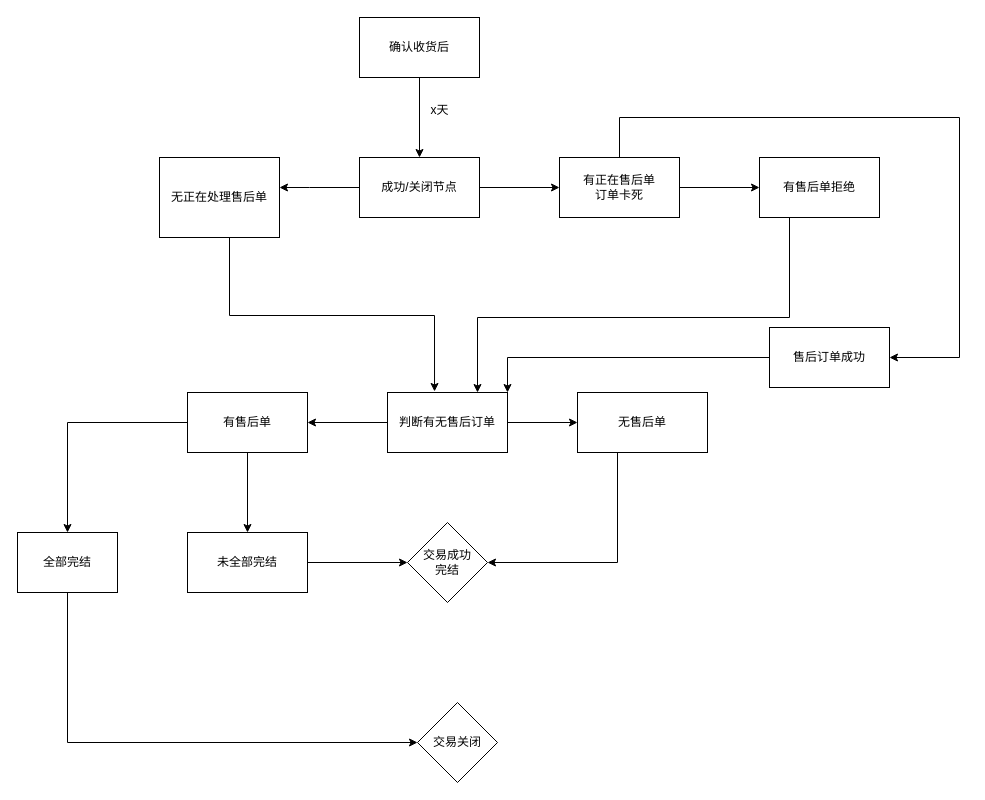
Before: 未命名绘图.drawio in yuanxuguang/blog, a draw.io diagram. Source tidied: cells renumbered, new cells numbered last; positions are measured from the earlier drawing's top-left corner, leaving out a move shared by most shapes. Both pictures are drawn from the tidied source at 100%, with x=0, y=0 at pixel (17, 17).
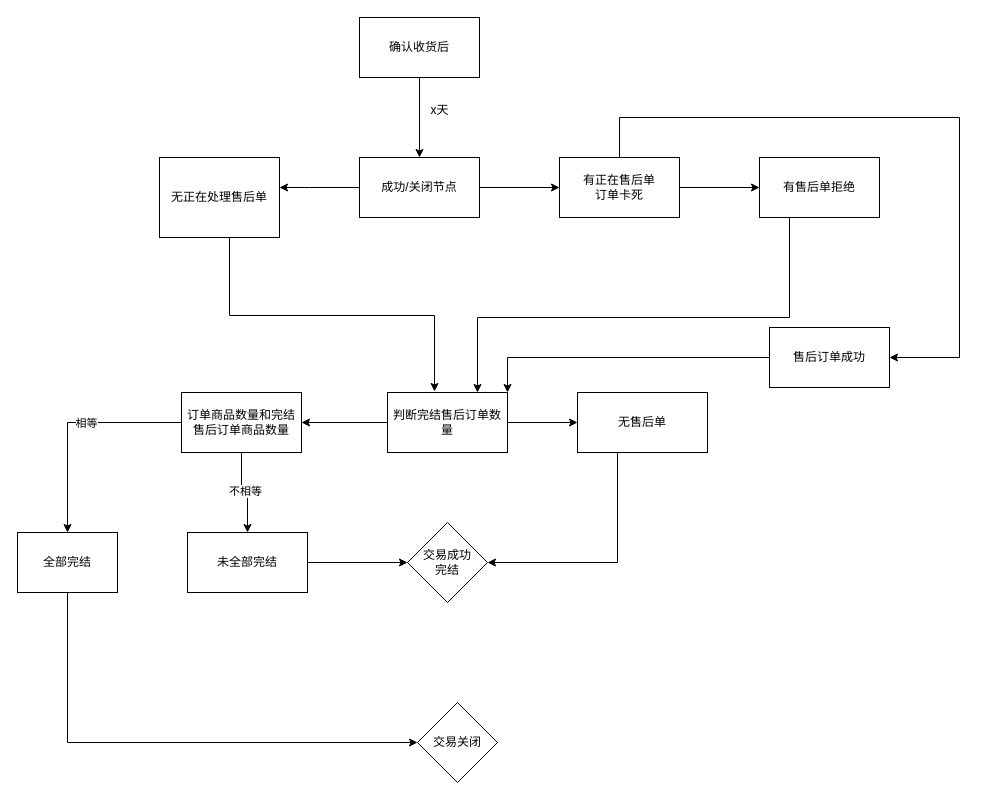
After the change.

Commit message:
售后单完结调用流程.drawio

Unchanged cells that the change refers to:
```xml
<mxCell id="17" style="edgeStyle=orthogonalEdgeStyle;rounded=0;jettySize=auto;html=1;" parent="1" edge="1" source="19" target="23">
  <mxGeometry relative="1" as="geometry" />
</mxCell>
<mxCell id="18" style="edgeStyle=orthogonalEdgeStyle;rounded=0;jettySize=auto;html=1;" parent="1" edge="1" source="19" target="25">
  <mxGeometry relative="1" as="geometry" />
</mxCell>
```

Diff of the diagram source:
```diff
@@
-    <mxCell id="16" value="判断有无售后订单" style="whiteSpace=wrap;html=1;rounded=0;" parent="1" vertex="1">
+    <mxCell id="16" value="判断完结售后订单数量&lt;br&gt;" style="whiteSpace=wrap;html=1;rounded=0;" parent="1" vertex="1">
       <mxGeometry x="370" y="375" width="120" height="60" as="geometry" />
     </mxCell>
@@
+    <mxCell id="31" value="不相等" style="edgeLabel;html=1;align=center;verticalAlign=middle;" parent="17" vertex="1">
+      <mxGeometry y="2" relative="1" as="geometry" />
+    </mxCell>
@@
+    <mxCell id="32" value="相等&lt;br&gt;" style="edgeLabel;html=1;align=center;verticalAlign=middle;" parent="18" vertex="1">
+      <mxGeometry x="-0.14" relative="1" as="geometry" />
+    </mxCell>
-    <mxCell id="19" value="有售后单" style="whiteSpace=wrap;html=1;rounded=0;" parent="1" vertex="1">
-      <mxGeometry x="170" y="375" width="120" height="60" as="geometry" />
+    <mxCell id="19" value="订单商品数量和完结售后订单商品数量" style="whiteSpace=wrap;html=1;rounded=0;" parent="1" vertex="1">
+      <mxGeometry x="164" y="375" width="120" height="60" as="geometry" />
     </mxCell>
```
